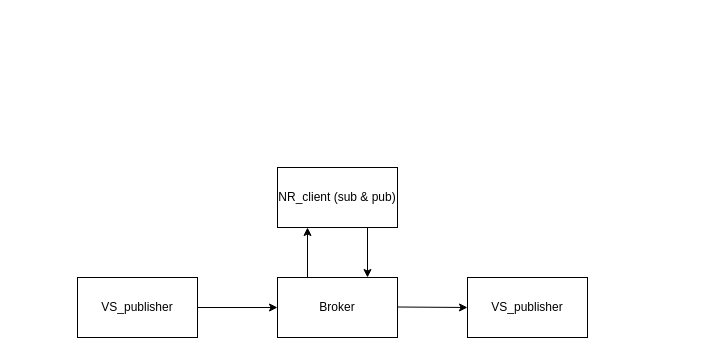
Above: mqttflow.drawio in thomaskuz/NodeRedTest (draw.io), before the change. Source tidied: cells renumbered, new cells numbered last; positions are measured from the earlier drawing's top-left corner, leaving out a move shared by most shapes. Both pictures are drawn from the tidied source at 100%, with x=0, y=0 at pixel (77, 167).
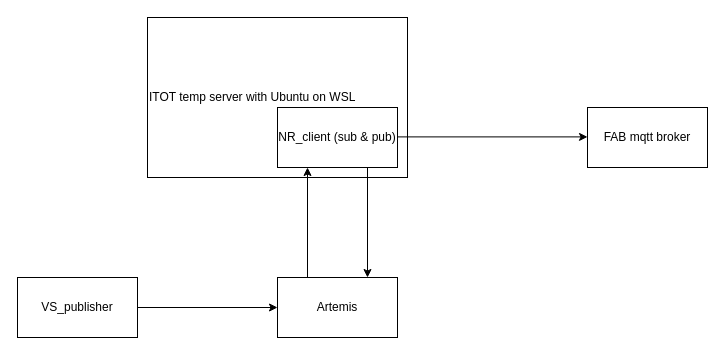
The same page after the edit.

What changed in the source:
```diff
@@
 <mxGraphModel>
   <root>
     <mxCell id="0" />
     <mxCell id="1" parent="0" />
+    <mxCell id="10" value="&lt;p&gt;ITOT temp server with Ubuntu on WSL&lt;/p&gt;" style="rounded=0;whiteSpace=wrap;html=1;align=left;" parent="1" vertex="1">
+      <mxGeometry x="70" y="-150" width="260" height="160" as="geometry" />
+    </mxCell>
     <mxCell id="2" style="edgeStyle=none;html=1;" parent="1" edge="1" source="3" target="4">
       <mxGeometry relative="1" as="geometry" />
     </mxCell>
     <mxCell id="3" value="VS_publisher" style="rounded=0;whiteSpace=wrap;html=1;" parent="1" vertex="1">
-      <mxGeometry y="110" width="120" height="60" as="geometry" />
+      <mxGeometry x="-60" y="110" width="120" height="60" as="geometry" />
     </mxCell>
-    <mxCell id="4" value="Broker" style="rounded=0;whiteSpace=wrap;html=1;" parent="1" vertex="1">
+    <mxCell id="4" value="Artemis" style="rounded=0;whiteSpace=wrap;html=1;" parent="1" vertex="1">
       <mxGeometry x="200" y="110" width="120" height="60" as="geometry" />
     </mxCell>
     <mxCell id="5" value="NR_client (sub &amp;amp; pub)" style="rounded=0;whiteSpace=wrap;html=1;" parent="1" vertex="1">
-      <mxGeometry x="200" width="120" height="60" as="geometry" />
+      <mxGeometry x="200" y="-60" width="120" height="60" as="geometry" />
     </mxCell>
-    <mxCell id="6" style="endArrow=classic;html=1;" parent="1" edge="1">
+    <mxCell id="6" style="endArrow=classic;html=1;entryX=0.25;entryY=1;entryDx=0;entryDy=0;" parent="1" edge="1" target="5">
       <mxGeometry relative="1" as="geometry">
         <mxPoint x="230" y="110" as="sourcePoint" />
-        <mxPoint x="230" y="60" as="targetPoint" />
       </mxGeometry>
     </mxCell>
-    <mxCell id="7" style="endArrow=classic;html=1;entryX=0.75;entryY=0;entryDx=0;entryDy=0;" parent="1" edge="1" target="4">
-      <mxGeometry relative="1" as="geometry">
-        <mxPoint x="290" y="60" as="sourcePoint" />
-      </mxGeometry>
+    <mxCell id="7" style="endArrow=classic;html=1;entryX=0.75;entryY=0;entryDx=0;entryDy=0;exitX=0.75;exitY=1;exitDx=0;exitDy=0;" parent="1" edge="1" source="5" target="4">
+      <mxGeometry relative="1" as="geometry" />
     </mxCell>
-    <mxCell id="8" value="VS_publisher" style="rounded=0;whiteSpace=wrap;html=1;" parent="1" vertex="1">
-      <mxGeometry x="390" y="110" width="120" height="60" as="geometry" />
-    </mxCell>
-    <mxCell id="9" style="edgeStyle=none;html=1;entryX=0;entryY=0.5;entryDx=0;entryDy=0;" parent="1" edge="1" target="8">
-      <mxGeometry relative="1" as="geometry">
-        <mxPoint x="320" y="139.5" as="sourcePoint" />
-      </mxGeometry>
-    </mxCell>
+    <mxCell id="11" style="endArrow=classic;html=1;exitX=0.75;exitY=1;exitDx=0;exitDy=0;" parent="1" edge="1">
+      <mxGeometry relative="1" as="geometry">
+        <mxPoint x="320" y="-30.6" as="sourcePoint" />
+        <mxPoint x="510" y="-30.6" as="targetPoint" />
+      </mxGeometry>
+    </mxCell>
+    <mxCell id="12" value="FAB mqtt broker" style="rounded=0;whiteSpace=wrap;html=1;" parent="1" vertex="1">
+      <mxGeometry x="510" y="-60" width="120" height="60" as="geometry" />
+    </mxCell>
   </root>
 </mxGraphModel>
```
